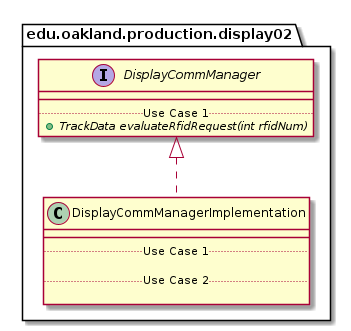
This is docs/uml-class-diagrams/display02/production/DisplayCommManagerImplementation/DisplayCommManagerImplementation_DirectDependencies.png from andrewdimmer/csi-3370-software-project, a PlantUML export, as it was before one commit.
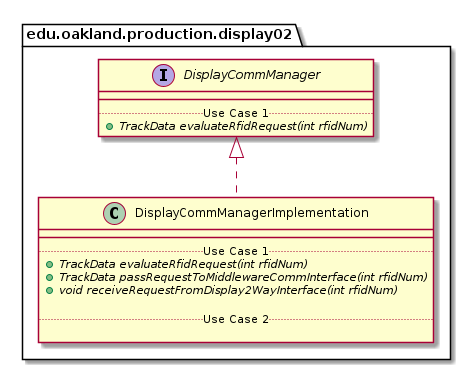
The same diagram one commit later.

What changed in the source:
```diff
@@ -5,6 +5,9 @@
     class DisplayCommManagerImplementation {
         __
         .. Use Case 1 ..
+        {abstract} + TrackData evaluateRfidRequest(int rfidNum)
+        {abstract} + TrackData passRequestToMiddlewareCommInterface(int rfidNum)
+        {abstract} + void receiveRequestFromDisplay2WayInterface(int rfidNum)
 
         .. Use Case 2 ..
 
```
